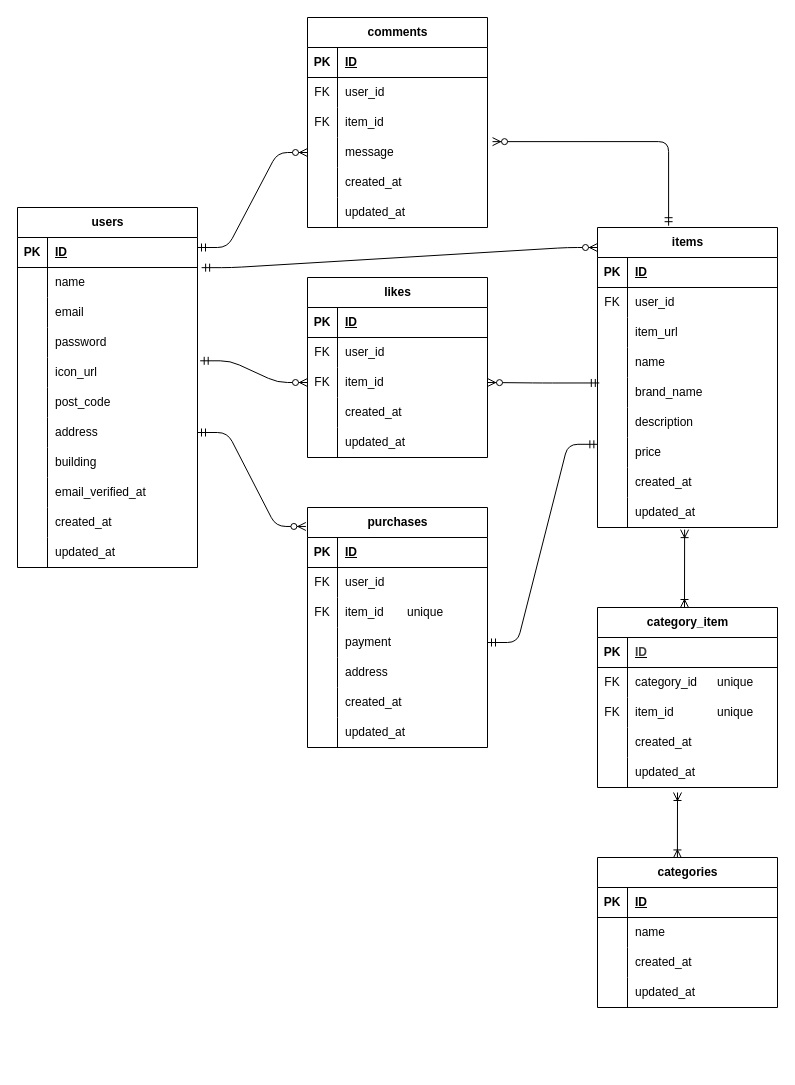
This is frema.drawio from yuri-tomabechi/frema-app, a draw.io file, before an edit. Source tidied: cells renumbered, new cells numbered last; positions are measured from the earlier drawing's top-left corner, leaving out a move shared by most shapes. Both pictures are drawn from the tidied source at 100%, with x=0, y=0 at pixel (-123, -83).
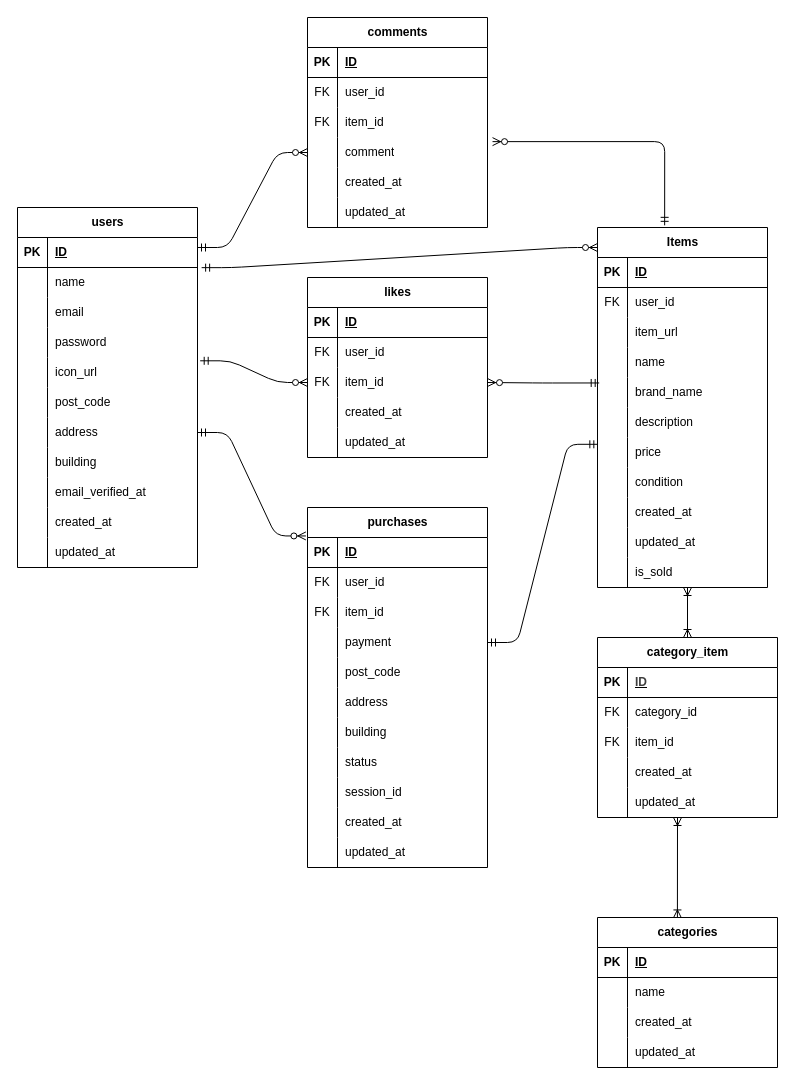
Above is the later version.

The change refers to these unchanged cells:
```xml
<mxCell id="74" style="shape=tableRow;horizontal=0;startSize=0;swimlaneHead=0;swimlaneBody=0;fillColor=none;points=[[0,0.5],[1,0.5]];portConstraint=eastwest;top=0;left=0;right=0;bottom=0;" parent="64" vertex="1">
  <mxGeometry y="120" width="180" height="30" as="geometry" />
</mxCell>
<mxCell id="106" style="shape=tableRow;horizontal=0;startSize=0;swimlaneHead=0;swimlaneBody=0;fillColor=none;top=0;left=0;right=0;bottom=0;" parent="99" vertex="1">
  <mxGeometry y="90" width="180" height="30" as="geometry" />
</mxCell>
<mxCell id="125" style="shape=tableRow;horizontal=0;startSize=0;swimlaneHead=0;swimlaneBody=0;fillColor=none;top=0;left=0;right=0;bottom=0;" parent="121" vertex="1">
  <mxGeometry y="60" width="180" height="30" as="geometry" />
</mxCell>
<mxCell id="128" style="shape=tableRow;horizontal=0;startSize=0;swimlaneHead=0;swimlaneBody=0;fillColor=none;top=0;left=0;right=0;bottom=0;" parent="121" vertex="1">
  <mxGeometry y="90" width="180" height="30" as="geometry" />
</mxCell>
```

What changed in the source:
```diff
@@
-    <mxCell id="36" value="items" style="shape=table;startSize=30;childLayout=tableLayout;rowLines=0;fontStyle=1;align=center;html=1;" parent="1" vertex="1">
-      <mxGeometry x="720" y="310" width="180" height="300" as="geometry" />
+    <mxCell id="36" value="Items" style="shape=table;startSize=30;childLayout=tableLayout;rowLines=0;fontStyle=1;align=center;html=1;" parent="1" vertex="1">
+      <mxGeometry x="720" y="310" width="170" height="360" as="geometry" />
     </mxCell>
     <mxCell id="37" style="shape=tableRow;horizontal=0;startSize=0;swimlaneHead=0;swimlaneBody=0;fillColor=none;top=0;left=0;right=0;bottom=1;" parent="36" vertex="1">
-      <mxGeometry y="30" width="180" height="30" as="geometry" />
+      <mxGeometry y="30" width="170" height="30" as="geometry" />
     </mxCell>
@@
     <mxCell id="39" value="ID" style="shape=partialRectangle;fillColor=none;top=0;left=0;bottom=0;right=0;align=left;spacingLeft=6;fontStyle=5;overflow=hidden;whiteSpace=wrap;html=1;" parent="37" vertex="1">
-      <mxGeometry x="30" width="150" height="30" as="geometry" />
+      <mxGeometry x="30" width="140" height="30" as="geometry" />
     </mxCell>
     <mxCell id="40" style="shape=tableRow;horizontal=0;startSize=0;swimlaneHead=0;swimlaneBody=0;fillColor=none;top=0;left=0;right=0;bottom=0;" parent="36" vertex="1">
-      <mxGeometry y="60" width="180" height="30" as="geometry" />
+      <mxGeometry y="60" width="170" height="30" as="geometry" />
     </mxCell>
@@
     <mxCell id="42" value="user_id" style="shape=partialRectangle;fillColor=none;top=0;left=0;bottom=0;right=0;align=left;spacingLeft=6;overflow=hidden;whiteSpace=wrap;html=1;" parent="40" vertex="1">
-      <mxGeometry x="30" width="150" height="30" as="geometry" />
+      <mxGeometry x="30" width="140" height="30" as="geometry" />
     </mxCell>
     <mxCell id="43" style="shape=tableRow;horizontal=0;startSize=0;swimlaneHead=0;swimlaneBody=0;fillColor=none;top=0;left=0;right=0;bottom=0;" parent="36" vertex="1">
-      <mxGeometry y="90" width="180" height="30" as="geometry" />
+      <mxGeometry y="90" width="170" height="30" as="geometry" />
     </mxCell>
@@
     <mxCell id="45" value="item_url" style="shape=partialRectangle;fillColor=none;top=0;left=0;bottom=0;right=0;align=left;spacingLeft=6;overflow=hidden;whiteSpace=wrap;html=1;" parent="43" vertex="1">
-      <mxGeometry x="30" width="150" height="30" as="geometry" />
+      <mxGeometry x="30" width="140" height="30" as="geometry" />
     </mxCell>
     <mxCell id="46" style="shape=tableRow;horizontal=0;startSize=0;swimlaneHead=0;swimlaneBody=0;fillColor=none;top=0;left=0;right=0;bottom=0;" parent="36" vertex="1">
-      <mxGeometry y="120" width="180" height="30" as="geometry" />
+      <mxGeometry y="120" width="170" height="30" as="geometry" />
     </mxCell>
@@
     <mxCell id="48" value="name" style="shape=partialRectangle;fillColor=none;top=0;left=0;bottom=0;right=0;align=left;spacingLeft=6;overflow=hidden;whiteSpace=wrap;html=1;" parent="46" vertex="1">
-      <mxGeometry x="30" width="150" height="30" as="geometry" />
+      <mxGeometry x="30" width="140" height="30" as="geometry" />
     </mxCell>
     <mxCell id="49" style="shape=tableRow;horizontal=0;startSize=0;swimlaneHead=0;swimlaneBody=0;fillColor=none;points=[[0,0.5],[1,0.5]];portConstraint=eastwest;top=0;left=0;right=0;bottom=0;" parent="36" vertex="1">
-      <mxGeometry y="150" width="180" height="30" as="geometry" />
+      <mxGeometry y="150" width="170" height="30" as="geometry" />
     </mxCell>
@@
     <mxCell id="51" value="brand_name" style="shape=partialRectangle;fillColor=none;top=0;left=0;bottom=0;right=0;align=left;spacingLeft=6;overflow=hidden;whiteSpace=wrap;html=1;" parent="49" vertex="1">
-      <mxGeometry x="30" width="150" height="30" as="geometry" />
+      <mxGeometry x="30" width="140" height="30" as="geometry" />
     </mxCell>
     <mxCell id="52" style="shape=tableRow;horizontal=0;startSize=0;swimlaneHead=0;swimlaneBody=0;fillColor=none;top=0;left=0;right=0;bottom=0;" parent="36" vertex="1">
-      <mxGeometry y="180" width="180" height="30" as="geometry" />
+      <mxGeometry y="180" width="170" height="30" as="geometry" />
     </mxCell>
@@
     <mxCell id="54" value="description" style="shape=partialRectangle;fillColor=none;top=0;left=0;bottom=0;right=0;align=left;spacingLeft=6;overflow=hidden;whiteSpace=wrap;html=1;" parent="52" vertex="1">
-      <mxGeometry x="30" width="150" height="30" as="geometry" />
+      <mxGeometry x="30" width="140" height="30" as="geometry" />
     </mxCell>
     <mxCell id="55" style="shape=tableRow;horizontal=0;startSize=0;swimlaneHead=0;swimlaneBody=0;fillColor=none;points=[[0,0.5],[1,0.5]];portConstraint=eastwest;top=0;left=0;right=0;bottom=0;" parent="36" vertex="1">
-      <mxGeometry y="210" width="180" height="30" as="geometry" />
+      <mxGeometry y="210" width="170" height="30" as="geometry" />
     </mxCell>
@@
-    <mxCell id="57" value="price" style="shape=partialRectangle;fillColor=none;top=0;left=0;bottom=0;right=0;align=left;spacingLeft=6;overflow=hidden;whiteSpace=wrap;html=1;" parent="55" vertex="1">
-      <mxGeometry x="30" width="150" height="30" as="geometry" />
+    <mxCell id="57" value="&lt;div&gt;price&lt;/div&gt;" style="shape=partialRectangle;fillColor=none;top=0;left=0;bottom=0;right=0;align=left;spacingLeft=6;overflow=hidden;whiteSpace=wrap;html=1;" parent="55" vertex="1">
+      <mxGeometry x="30" width="140" height="30" as="geometry" />
     </mxCell>
     <mxCell id="58" style="shape=tableRow;horizontal=0;startSize=0;swimlaneHead=0;swimlaneBody=0;fillColor=none;top=0;left=0;right=0;bottom=0;" parent="36" vertex="1">
-      <mxGeometry y="240" width="180" height="30" as="geometry" />
+      <mxGeometry y="240" width="170" height="30" as="geometry" />
     </mxCell>
@@
-    <mxCell id="60" value="created_at" style="shape=partialRectangle;fillColor=none;top=0;left=0;bottom=0;right=0;align=left;spacingLeft=6;overflow=hidden;whiteSpace=wrap;html=1;" parent="58" vertex="1">
-      <mxGeometry x="30" width="150" height="30" as="geometry" />
+    <mxCell id="60" value="condition" style="shape=partialRectangle;fillColor=none;top=0;left=0;bottom=0;right=0;align=left;spacingLeft=6;overflow=hidden;whiteSpace=wrap;html=1;" parent="58" vertex="1">
+      <mxGeometry x="30" width="140" height="30" as="geometry" />
     </mxCell>
+    <mxCell id="159" style="shape=tableRow;horizontal=0;startSize=0;swimlaneHead=0;swimlaneBody=0;fillColor=none;top=0;left=0;right=0;bottom=0;" parent="36" vertex="1">
+      <mxGeometry y="270" width="170" height="30" as="geometry" />
+    </mxCell>
+    <mxCell id="160" style="shape=partialRectangle;fillColor=none;top=0;left=0;bottom=0;right=0;overflow=hidden;whiteSpace=wrap;html=1;" parent="159" vertex="1">
+      <mxGeometry width="30" height="30" as="geometry" />
+    </mxCell>
+    <mxCell id="161" value="created_at" style="shape=partialRectangle;fillColor=none;top=0;left=0;bottom=0;right=0;align=left;spacingLeft=6;overflow=hidden;whiteSpace=wrap;html=1;" parent="159" vertex="1">
+      <mxGeometry x="30" width="140" height="30" as="geometry" />
+    </mxCell>
+    <mxCell id="162" style="shape=tableRow;horizontal=0;startSize=0;swimlaneHead=0;swimlaneBody=0;fillColor=none;top=0;left=0;right=0;bottom=0;" parent="36" vertex="1">
+      <mxGeometry y="300" width="170" height="30" as="geometry" />
+    </mxCell>
+    <mxCell id="163" style="shape=partialRectangle;fillColor=none;top=0;left=0;bottom=0;right=0;overflow=hidden;whiteSpace=wrap;html=1;" parent="162" vertex="1">
+      <mxGeometry width="30" height="30" as="geometry" />
+    </mxCell>
+    <mxCell id="164" value="updated_at" style="shape=partialRectangle;fillColor=none;top=0;left=0;bottom=0;right=0;align=left;spacingLeft=6;overflow=hidden;whiteSpace=wrap;html=1;" parent="162" vertex="1">
+      <mxGeometry x="30" width="140" height="30" as="geometry" />
+    </mxCell>
     <mxCell id="61" style="shape=tableRow;horizontal=0;startSize=0;swimlaneHead=0;swimlaneBody=0;fillColor=none;points=[[0,0.5],[1,0.5]];portConstraint=eastwest;top=0;left=0;right=0;bottom=0;" parent="36" vertex="1">
-      <mxGeometry y="270" width="180" height="30" as="geometry" />
+      <mxGeometry y="330" width="170" height="30" as="geometry" />
     </mxCell>
-    <mxCell id="62" style="shape=partialRectangle;fillColor=none;top=0;left=0;bottom=0;right=0;overflow=hidden;whiteSpace=wrap;html=1;" parent="61" vertex="1">
+    <mxCell id="62" value="&lt;div&gt;&lt;br&gt;&lt;/div&gt;" style="shape=partialRectangle;fillColor=none;top=0;left=0;bottom=0;right=0;overflow=hidden;whiteSpace=wrap;html=1;" parent="61" vertex="1">
       <mxGeometry width="30" height="30" as="geometry" />
     </mxCell>
-    <mxCell id="63" value="updated_at" style="shape=partialRectangle;fillColor=none;top=0;left=0;bottom=0;right=0;align=left;spacingLeft=6;overflow=hidden;whiteSpace=wrap;html=1;" parent="61" vertex="1">
-      <mxGeometry x="30" width="150" height="30" as="geometry" />
+    <mxCell id="63" value="is_sold" style="shape=partialRectangle;fillColor=none;top=0;left=0;bottom=0;right=0;align=left;spacingLeft=6;overflow=hidden;whiteSpace=wrap;html=1;" parent="61" vertex="1">
+      <mxGeometry x="30" width="140" height="30" as="geometry" />
     </mxCell>
@@
-    <mxCell id="76" value="message" style="shape=partialRectangle;fillColor=none;top=0;left=0;bottom=0;right=0;align=left;spacingLeft=6;overflow=hidden;whiteSpace=wrap;html=1;" parent="74" vertex="1">
+    <mxCell id="76" value="comment" style="shape=partialRectangle;fillColor=none;top=0;left=0;bottom=0;right=0;align=left;spacingLeft=6;overflow=hidden;whiteSpace=wrap;html=1;" parent="74" vertex="1">
       <mxGeometry x="30" width="150" height="30" as="geometry" />
     </mxCell>
@@
     <mxCell id="99" value="purchases" style="shape=table;startSize=30;childLayout=tableLayout;rowLines=0;fontStyle=1;align=center;html=1;" parent="1" vertex="1">
-      <mxGeometry x="430" y="590" width="180" height="240" as="geometry" />
+      <mxGeometry x="430" y="590" width="180" height="360" as="geometry" />
     </mxCell>
@@
-    <mxCell id="108" value="item_id&amp;nbsp; &amp;nbsp; &amp;nbsp; &amp;nbsp;unique" style="shape=partialRectangle;fillColor=none;top=0;left=0;bottom=0;right=0;align=left;spacingLeft=6;overflow=hidden;whiteSpace=wrap;html=1;" parent="106" vertex="1">
+    <mxCell id="108" value="item_id&amp;nbsp; &amp;nbsp; &amp;nbsp;&amp;nbsp;" style="shape=partialRectangle;fillColor=none;top=0;left=0;bottom=0;right=0;align=left;spacingLeft=6;overflow=hidden;whiteSpace=wrap;html=1;" parent="106" vertex="1">
       <mxGeometry x="30" width="150" height="30" as="geometry" />
     </mxCell>
@@
+    <mxCell id="165" style="shape=tableRow;horizontal=0;startSize=0;swimlaneHead=0;swimlaneBody=0;fillColor=none;top=0;left=0;right=0;bottom=0;" parent="99" vertex="1">
+      <mxGeometry y="150" width="180" height="30" as="geometry" />
+    </mxCell>
+    <mxCell id="166" style="shape=partialRectangle;fillColor=none;top=0;left=0;bottom=0;right=0;overflow=hidden;whiteSpace=wrap;html=1;" parent="165" vertex="1">
+      <mxGeometry width="30" height="30" as="geometry" />
+    </mxCell>
+    <mxCell id="167" value="post_code" style="shape=partialRectangle;fillColor=none;top=0;left=0;bottom=0;right=0;align=left;spacingLeft=6;overflow=hidden;whiteSpace=wrap;html=1;" parent="165" vertex="1">
+      <mxGeometry x="30" width="150" height="30" as="geometry" />
+    </mxCell>
     <mxCell id="112" style="shape=tableRow;horizontal=0;startSize=0;swimlaneHead=0;swimlaneBody=0;fillColor=none;top=0;left=0;right=0;bottom=0;" parent="99" vertex="1">
-      <mxGeometry y="150" width="180" height="30" as="geometry" />
+      <mxGeometry y="180" width="180" height="30" as="geometry" />
     </mxCell>
@@
+    <mxCell id="168" style="shape=tableRow;horizontal=0;startSize=0;swimlaneHead=0;swimlaneBody=0;fillColor=none;top=0;left=0;right=0;bottom=0;" parent="99" vertex="1">
+      <mxGeometry y="210" width="180" height="30" as="geometry" />
+    </mxCell>
+    <mxCell id="169" style="shape=partialRectangle;fillColor=none;top=0;left=0;bottom=0;right=0;overflow=hidden;whiteSpace=wrap;html=1;" parent="168" vertex="1">
+      <mxGeometry width="30" height="30" as="geometry" />
+    </mxCell>
+    <mxCell id="170" value="building" style="shape=partialRectangle;fillColor=none;top=0;left=0;bottom=0;right=0;align=left;spacingLeft=6;overflow=hidden;whiteSpace=wrap;html=1;" parent="168" vertex="1">
+      <mxGeometry x="30" width="150" height="30" as="geometry" />
+    </mxCell>
+    <mxCell id="171" style="shape=tableRow;horizontal=0;startSize=0;swimlaneHead=0;swimlaneBody=0;fillColor=none;top=0;left=0;right=0;bottom=0;" parent="99" vertex="1">
+      <mxGeometry y="240" width="180" height="30" as="geometry" />
+    </mxCell>
+    <mxCell id="172" style="shape=partialRectangle;fillColor=none;top=0;left=0;bottom=0;right=0;overflow=hidden;whiteSpace=wrap;html=1;" parent="171" vertex="1">
+      <mxGeometry width="30" height="30" as="geometry" />
+    </mxCell>
+    <mxCell id="173" value="status" style="shape=partialRectangle;fillColor=none;top=0;left=0;bottom=0;right=0;align=left;spacingLeft=6;overflow=hidden;whiteSpace=wrap;html=1;" parent="171" vertex="1">
+      <mxGeometry x="30" width="150" height="30" as="geometry" />
+    </mxCell>
+    <mxCell id="174" style="shape=tableRow;horizontal=0;startSize=0;swimlaneHead=0;swimlaneBody=0;fillColor=none;top=0;left=0;right=0;bottom=0;" parent="99" vertex="1">
+      <mxGeometry y="270" width="180" height="30" as="geometry" />
+    </mxCell>
+    <mxCell id="175" style="shape=partialRectangle;fillColor=none;top=0;left=0;bottom=0;right=0;overflow=hidden;whiteSpace=wrap;html=1;" parent="174" vertex="1">
+      <mxGeometry width="30" height="30" as="geometry" />
+    </mxCell>
+    <mxCell id="176" value="session_id" style="shape=partialRectangle;fillColor=none;top=0;left=0;bottom=0;right=0;align=left;spacingLeft=6;overflow=hidden;whiteSpace=wrap;html=1;" parent="174" vertex="1">
+      <mxGeometry x="30" width="150" height="30" as="geometry" />
+    </mxCell>
     <mxCell id="115" style="shape=tableRow;horizontal=0;startSize=0;swimlaneHead=0;swimlaneBody=0;fillColor=none;top=0;left=0;right=0;bottom=0;" parent="99" vertex="1">
-      <mxGeometry y="180" width="180" height="30" as="geometry" />
+      <mxGeometry y="300" width="180" height="30" as="geometry" />
     </mxCell>
@@
     <mxCell id="118" style="shape=tableRow;horizontal=0;startSize=0;swimlaneHead=0;swimlaneBody=0;fillColor=none;top=0;left=0;right=0;bottom=0;" parent="99" vertex="1">
-      <mxGeometry y="210" width="180" height="30" as="geometry" />
+      <mxGeometry y="330" width="180" height="30" as="geometry" />
     </mxCell>
@@
     <mxCell id="121" value="category_item" style="shape=table;startSize=30;childLayout=tableLayout;rowLines=0;fontStyle=1;align=center;html=1;" parent="1" vertex="1">
-      <mxGeometry x="720" y="690" width="180" height="180" as="geometry" />
+      <mxGeometry x="720" y="720" width="180" height="180" as="geometry" />
     </mxCell>
@@
-    <mxCell id="127" value="&lt;span style=&quot;color: rgb(0, 0, 0);&quot;&gt;category_id&amp;nbsp; &amp;nbsp; &amp;nbsp; unique&lt;/span&gt;" style="shape=partialRectangle;fillColor=none;top=0;left=0;bottom=0;right=0;align=left;spacingLeft=6;overflow=hidden;whiteSpace=wrap;html=1;" parent="125" vertex="1">
+    <mxCell id="127" value="&lt;span style=&quot;color: rgb(0, 0, 0);&quot;&gt;category_id&amp;nbsp; &amp;nbsp; &amp;nbsp;&amp;nbsp;&lt;/span&gt;" style="shape=partialRectangle;fillColor=none;top=0;left=0;bottom=0;right=0;align=left;spacingLeft=6;overflow=hidden;whiteSpace=wrap;html=1;" parent="125" vertex="1">
       <mxGeometry x="30" width="150" height="30" as="geometry" />
     </mxCell>
@@
-    <mxCell id="130" value="&lt;span style=&quot;color: rgb(0, 0, 0);&quot;&gt;item_id&amp;nbsp; &amp;nbsp; &amp;nbsp; &amp;nbsp; &amp;nbsp; &amp;nbsp; &amp;nbsp;unique&lt;/span&gt;" style="shape=partialRectangle;fillColor=none;top=0;left=0;bottom=0;right=0;align=left;spacingLeft=6;overflow=hidden;whiteSpace=wrap;html=1;" parent="128" vertex="1">
+    <mxCell id="130" value="&lt;span style=&quot;color: rgb(0, 0, 0);&quot;&gt;item_id&amp;nbsp; &amp;nbsp; &amp;nbsp; &amp;nbsp; &amp;nbsp; &amp;nbsp; &amp;nbsp;&lt;/span&gt;" style="shape=partialRectangle;fillColor=none;top=0;left=0;bottom=0;right=0;align=left;spacingLeft=6;overflow=hidden;whiteSpace=wrap;html=1;" parent="128" vertex="1">
       <mxGeometry x="30" width="150" height="30" as="geometry" />
     </mxCell>
@@
     <mxCell id="137" value="categories" style="shape=table;startSize=30;childLayout=tableLayout;rowLines=0;fontStyle=1;align=center;html=1;" parent="1" vertex="1">
-      <mxGeometry x="720" y="940" width="180" height="150" as="geometry" />
+      <mxGeometry x="720" y="1000" width="180" height="150" as="geometry" />
     </mxCell>
@@
     <mxCell id="153" style="fontSize=12;html=1;endArrow=ERoneToMany;startArrow=ERoneToMany;exitX=0.444;exitY=0.003;exitDx=0;exitDy=0;exitPerimeter=0;" parent="1" edge="1" source="137">
       <mxGeometry relative="1" as="geometry">
-        <mxPoint x="800" y="875" as="targetPoint" />
+        <mxPoint x="800" y="900" as="targetPoint" />
       </mxGeometry>
     </mxCell>
@@
-    <mxCell id="158" style="fontSize=12;html=1;endArrow=ERoneToMany;startArrow=ERoneToMany;entryX=0.484;entryY=1.071;entryDx=0;entryDy=0;entryPerimeter=0;" parent="1" edge="1" target="61">
+    <mxCell id="158" style="fontSize=12;html=1;endArrow=ERoneToMany;startArrow=ERoneToMany;exitX=0.5;exitY=0;exitDx=0;exitDy=0;" parent="1" edge="1" source="121">
       <mxGeometry relative="1" as="geometry">
-        <mxPoint x="807" y="690" as="sourcePoint" />
+        <mxPoint x="810" y="670" as="targetPoint" />
+        <Array as="points">
+          <mxPoint x="810" y="670" />
+        </Array>
       </mxGeometry>
     </mxCell>
```
